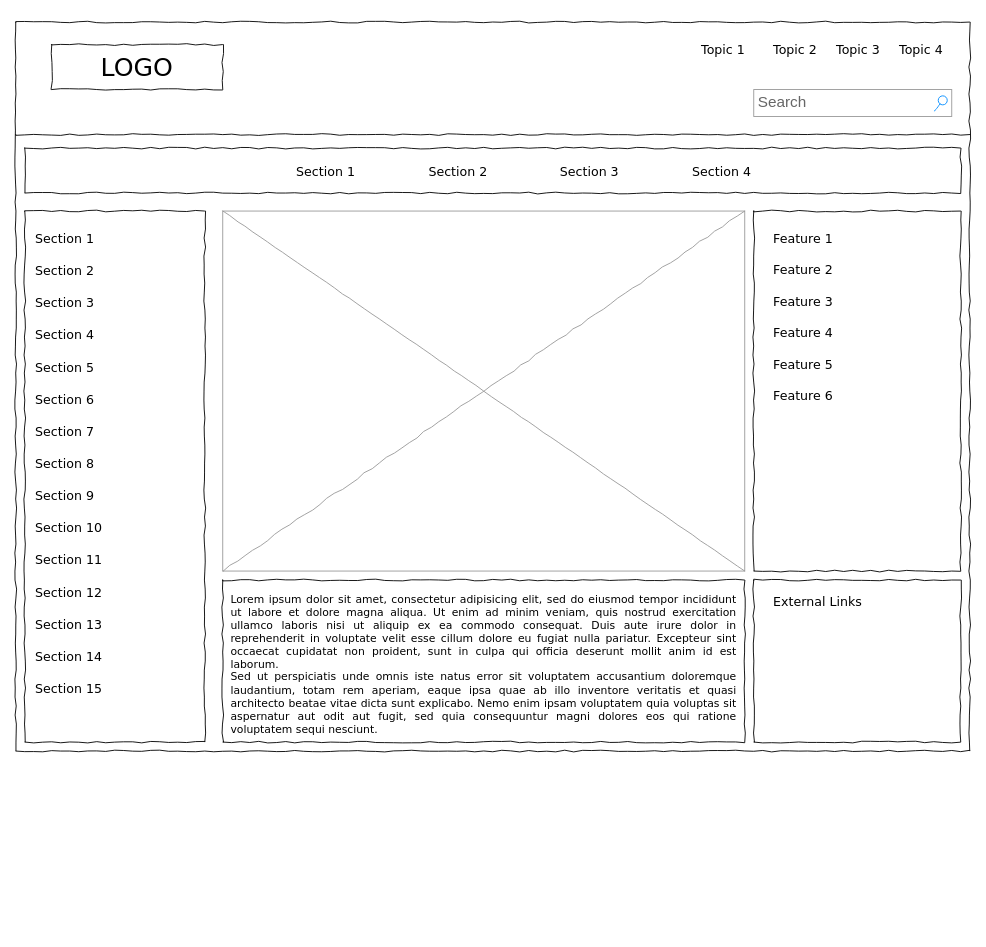
This is Mobile-wireframe.drawio from kicknback/Portfolio, a draw.io file, before an edit. Source tidied: cells renumbered, new cells numbered last; positions are measured from the earlier drawing's top-left corner, leaving out a move shared by most shapes. Both pictures are drawn from the tidied source at 90%, with x=0, y=0 at pixel (15, 22).
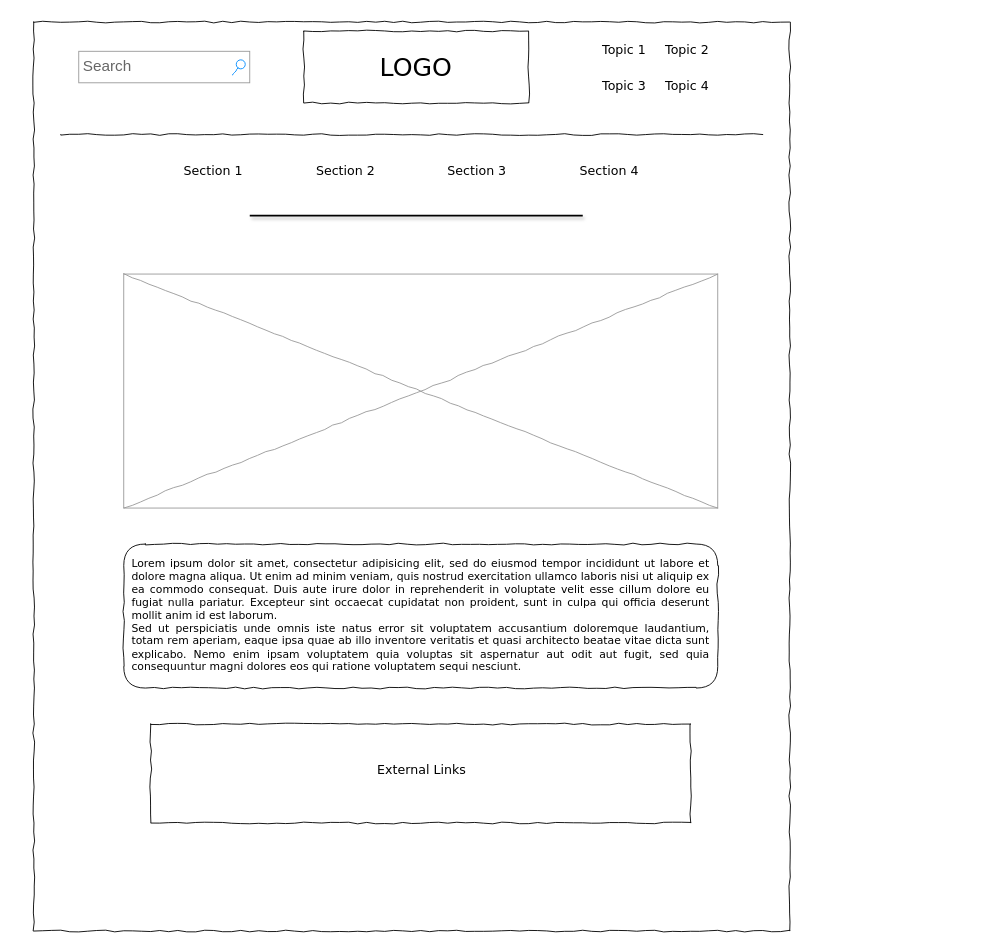
The same diagram, later.

Change to the diagram source:
```diff
@@
+    <mxCell id="42" style="edgeStyle=orthogonalEdgeStyle;rounded=0;orthogonalLoop=1;jettySize=auto;html=1;exitX=0;exitY=0;exitDx=0;exitDy=0;entryX=0;entryY=0;entryDx=0;entryDy=0;" parent="1" edge="1" source="2" target="2">
+      <mxGeometry relative="1" as="geometry" />
+    </mxCell>
     <mxCell id="2" style="whiteSpace=wrap;html=1;rounded=0;shadow=0;labelBackgroundColor=none;strokeColor=#000000;strokeWidth=1;fillColor=none;fontFamily=Verdana;fontSize=12;fontColor=#000000;align=center;comic=1;" parent="1" vertex="1">
-      <mxGeometry width="1060" height="810" as="geometry" />
+      <mxGeometry x="20" width="840" height="1010" as="geometry" />
     </mxCell>
     <mxCell id="3" value="LOGO" style="whiteSpace=wrap;html=1;rounded=0;shadow=0;labelBackgroundColor=none;strokeWidth=1;fontFamily=Verdana;fontSize=28;align=center;comic=1;" parent="1" vertex="1">
-      <mxGeometry x="40" y="25" width="190" height="50" as="geometry" />
+      <mxGeometry x="320" y="10" width="250" height="80" as="geometry" />
     </mxCell>
     <mxCell id="4" value="Search" style="strokeWidth=1;shadow=0;dashed=0;align=center;html=1;shape=mxgraph.mockup.forms.searchBox;strokeColor=#999999;mainText=;strokeColor2=#008cff;fontColor=#666666;fontSize=17;align=left;spacingLeft=3;rounded=0;labelBackgroundColor=none;comic=1;" parent="1" vertex="1">
-      <mxGeometry x="820" y="75" width="220" height="30" as="geometry" />
+      <mxGeometry x="70" y="32.5" width="190" height="35" as="geometry" />
     </mxCell>
     <mxCell id="5" value="Topic 1" style="text;html=1;align=left;verticalAlign=top;spacingTop=-4;fontSize=14;fontFamily=Verdana;" parent="1" vertex="1">
-      <mxGeometry x="760" y="20" width="60" height="20" as="geometry" />
+      <mxGeometry x="650" y="20" width="60" height="20" as="geometry" />
     </mxCell>
     <mxCell id="6" value="Topic 2" style="text;html=1;align=left;verticalAlign=top;spacingTop=-4;fontSize=14;fontFamily=Verdana;" parent="1" vertex="1">
-      <mxGeometry x="840" y="20" width="60" height="20" as="geometry" />
+      <mxGeometry x="720" y="20" width="60" height="20" as="geometry" />
     </mxCell>
     <mxCell id="7" value="Topic 3" style="text;html=1;align=left;verticalAlign=top;spacingTop=-4;fontSize=14;fontFamily=Verdana;" parent="1" vertex="1">
-      <mxGeometry x="910" y="20" width="60" height="20" as="geometry" />
+      <mxGeometry x="650" y="60" width="60" height="20" as="geometry" />
     </mxCell>
     <mxCell id="8" value="Topic 4" style="text;html=1;align=left;verticalAlign=top;spacingTop=-4;fontSize=14;fontFamily=Verdana;" parent="1" vertex="1">
-      <mxGeometry x="980" y="20" width="60" height="20" as="geometry" />
+      <mxGeometry x="720" y="60" width="60" height="20" as="geometry" />
     </mxCell>
-    <mxCell id="9" style="whiteSpace=wrap;html=1;rounded=0;shadow=0;labelBackgroundColor=none;strokeWidth=1;fillColor=none;fontFamily=Verdana;fontSize=12;align=center;comic=1;" parent="1" vertex="1">
-      <mxGeometry x="10" y="210" width="200" height="590" as="geometry" />
-    </mxCell>
     <mxCell id="10" style="line;strokeWidth=1;html=1;rounded=0;shadow=0;labelBackgroundColor=none;fillColor=none;fontFamily=Verdana;fontSize=14;fontColor=#000000;align=center;comic=1;" parent="1" vertex="1">
-      <mxGeometry y="120" width="1060" height="10" as="geometry" />
+      <mxGeometry x="50" y="120" width="780" height="10" as="geometry" />
     </mxCell>
-    <mxCell id="11" style="whiteSpace=wrap;html=1;rounded=0;shadow=0;labelBackgroundColor=none;strokeWidth=1;fillColor=none;fontFamily=Verdana;fontSize=12;align=center;comic=1;" parent="1" vertex="1">
-      <mxGeometry x="10" y="140" width="1040" height="50" as="geometry" />
-    </mxCell>
     <mxCell id="12" value="Section 1" style="text;html=1;align=left;verticalAlign=top;spacingTop=-4;fontSize=14;fontFamily=Verdana;" parent="1" vertex="1">
-      <mxGeometry x="310" y="155" width="60" height="20" as="geometry" />
+      <mxGeometry x="185" y="155" width="60" height="20" as="geometry" />
     </mxCell>
     <mxCell id="13" value="Section 2" style="text;html=1;align=left;verticalAlign=top;spacingTop=-4;fontSize=14;fontFamily=Verdana;" parent="1" vertex="1">
-      <mxGeometry x="457" y="155" width="60" height="20" as="geometry" />
+      <mxGeometry x="332" y="155" width="60" height="20" as="geometry" />
     </mxCell>
     <mxCell id="14" value="Section 3" style="text;html=1;align=left;verticalAlign=top;spacingTop=-4;fontSize=14;fontFamily=Verdana;" parent="1" vertex="1">
-      <mxGeometry x="603" y="155" width="60" height="20" as="geometry" />
+      <mxGeometry x="478" y="155" width="60" height="20" as="geometry" />
     </mxCell>
     <mxCell id="15" value="Section 4" style="text;html=1;align=left;verticalAlign=top;spacingTop=-4;fontSize=14;fontFamily=Verdana;" parent="1" vertex="1">
-      <mxGeometry x="750" y="155" width="60" height="20" as="geometry" />
+      <mxGeometry x="625" y="155" width="60" height="20" as="geometry" />
     </mxCell>
-    <mxCell id="16" value="&lt;div style=&quot;text-align: justify&quot;&gt;&lt;span&gt;Lorem ipsum dolor sit amet, consectetur adipisicing elit, sed do eiusmod tempor incididunt ut labore et dolore magna aliqua. Ut enim ad minim veniam, quis nostrud exercitation ullamco laboris nisi ut aliquip ex ea commodo consequat. Duis aute irure dolor in reprehenderit in voluptate velit esse cillum dolore eu fugiat nulla pariatur. Excepteur sint occaecat cupidatat non proident, sunt in culpa qui officia deserunt mollit anim id est laborum.&lt;/span&gt;&lt;/div&gt;&lt;div style=&quot;text-align: justify&quot;&gt;&lt;span&gt;Sed ut perspiciatis unde omnis iste natus error sit voluptatem accusantium doloremque laudantium, totam rem aperiam, eaque ipsa quae ab illo inventore veritatis et quasi architecto beatae vitae dicta sunt explicabo. Nemo enim ipsam voluptatem quia voluptas sit aspernatur aut odit aut fugit, sed quia consequuntur magni dolores eos qui ratione voluptatem sequi nesciunt.&amp;nbsp;&lt;/span&gt;&lt;/div&gt;" style="whiteSpace=wrap;html=1;rounded=0;shadow=0;labelBackgroundColor=none;strokeWidth=1;fillColor=none;fontFamily=Verdana;fontSize=12;align=center;verticalAlign=top;spacing=10;comic=1;" parent="1" vertex="1">
-      <mxGeometry x="230" y="620" width="580" height="180" as="geometry" />
+    <mxCell id="16" value="&lt;div style=&quot;text-align: justify&quot;&gt;&lt;span&gt;Lorem ipsum dolor sit amet, consectetur adipisicing elit, sed do eiusmod tempor incididunt ut labore et dolore magna aliqua. Ut enim ad minim veniam, quis nostrud exercitation ullamco laboris nisi ut aliquip ex ea commodo consequat. Duis aute irure dolor in reprehenderit in voluptate velit esse cillum dolore eu fugiat nulla pariatur. Excepteur sint occaecat cupidatat non proident, sunt in culpa qui officia deserunt mollit anim id est laborum.&lt;/span&gt;&lt;/div&gt;&lt;div style=&quot;text-align: justify&quot;&gt;&lt;span&gt;Sed ut perspiciatis unde omnis iste natus error sit voluptatem accusantium doloremque laudantium, totam rem aperiam, eaque ipsa quae ab illo inventore veritatis et quasi architecto beatae vitae dicta sunt explicabo. Nemo enim ipsam voluptatem quia voluptas sit aspernatur aut odit aut fugit, sed quia consequuntur magni dolores eos qui ratione voluptatem sequi nesciunt.&amp;nbsp;&lt;/span&gt;&lt;/div&gt;" style="whiteSpace=wrap;html=1;rounded=1;shadow=0;labelBackgroundColor=none;strokeWidth=1;fillColor=none;fontFamily=Verdana;fontSize=12;align=center;verticalAlign=top;spacing=10;comic=1;" parent="1" vertex="1">
+      <mxGeometry x="120" y="580" width="660" height="160" as="geometry" />
     </mxCell>
     <mxCell id="17" style="verticalLabelPosition=bottom;shadow=0;dashed=0;align=center;html=1;verticalAlign=top;strokeWidth=1;shape=mxgraph.mockup.graphics.simpleIcon;strokeColor=#999999;rounded=0;labelBackgroundColor=none;fontFamily=Verdana;fontSize=14;fontColor=#000000;comic=1;" parent="1" vertex="1">
-      <mxGeometry x="230" y="210" width="580" height="400" as="geometry" />
+      <mxGeometry x="120" y="280" width="660" height="260" as="geometry" />
     </mxCell>
-    <mxCell id="18" style="whiteSpace=wrap;html=1;rounded=0;shadow=0;labelBackgroundColor=none;strokeWidth=1;fillColor=none;fontFamily=Verdana;fontSize=12;align=center;comic=1;" parent="1" vertex="1">
-      <mxGeometry x="820" y="210" width="230" height="400" as="geometry" />
-    </mxCell>
     <mxCell id="19" style="whiteSpace=wrap;html=1;rounded=0;shadow=0;labelBackgroundColor=none;strokeWidth=1;fillColor=none;fontFamily=Verdana;fontSize=12;align=center;comic=1;" parent="1" vertex="1">
-      <mxGeometry x="820" y="620" width="230" height="180" as="geometry" />
+      <mxGeometry x="150" y="780" width="600" height="110" as="geometry" />
     </mxCell>
-    <mxCell id="20" value="Section 1" style="text;html=1;align=left;verticalAlign=top;spacingTop=-4;fontSize=14;fontFamily=Verdana;" parent="1" vertex="1">
-      <mxGeometry x="20" y="230" width="170" height="20" as="geometry" />
-    </mxCell>
-    <mxCell id="21" value="Section 2" style="text;html=1;align=left;verticalAlign=top;spacingTop=-4;fontSize=14;fontFamily=Verdana;" parent="1" vertex="1">
-      <mxGeometry x="20" y="266" width="170" height="20" as="geometry" />
-    </mxCell>
-    <mxCell id="22" value="Section 3" style="text;html=1;align=left;verticalAlign=top;spacingTop=-4;fontSize=14;fontFamily=Verdana;" parent="1" vertex="1">
-      <mxGeometry x="20" y="301" width="170" height="20" as="geometry" />
-    </mxCell>
-    <mxCell id="23" value="Section 4" style="text;html=1;align=left;verticalAlign=top;spacingTop=-4;fontSize=14;fontFamily=Verdana;" parent="1" vertex="1">
-      <mxGeometry x="20" y="337" width="170" height="20" as="geometry" />
-    </mxCell>
-    <mxCell id="24" value="Section 7" style="text;html=1;align=left;verticalAlign=top;spacingTop=-4;fontSize=14;fontFamily=Verdana;" parent="1" vertex="1">
-      <mxGeometry x="20" y="444" width="170" height="20" as="geometry" />
-    </mxCell>
-    <mxCell id="25" value="Section 8" style="text;html=1;align=left;verticalAlign=top;spacingTop=-4;fontSize=14;fontFamily=Verdana;" parent="1" vertex="1">
-      <mxGeometry x="20" y="480" width="170" height="20" as="geometry" />
-    </mxCell>
-    <mxCell id="26" value="Section 9" style="text;html=1;align=left;verticalAlign=top;spacingTop=-4;fontSize=14;fontFamily=Verdana;" parent="1" vertex="1">
-      <mxGeometry x="20" y="516" width="170" height="20" as="geometry" />
-    </mxCell>
-    <mxCell id="27" value="Section 10" style="text;html=1;align=left;verticalAlign=top;spacingTop=-4;fontSize=14;fontFamily=Verdana;" parent="1" vertex="1">
-      <mxGeometry x="20" y="551" width="170" height="20" as="geometry" />
-    </mxCell>
-    <mxCell id="28" value="Section 11" style="text;html=1;align=left;verticalAlign=top;spacingTop=-4;fontSize=14;fontFamily=Verdana;" parent="1" vertex="1">
-      <mxGeometry x="20" y="587" width="170" height="20" as="geometry" />
-    </mxCell>
-    <mxCell id="29" value="Section 12" style="text;html=1;align=left;verticalAlign=top;spacingTop=-4;fontSize=14;fontFamily=Verdana;" parent="1" vertex="1">
-      <mxGeometry x="20" y="623" width="170" height="20" as="geometry" />
-    </mxCell>
-    <mxCell id="30" value="Section 13" style="text;html=1;align=left;verticalAlign=top;spacingTop=-4;fontSize=14;fontFamily=Verdana;" parent="1" vertex="1">
-      <mxGeometry x="20" y="659" width="170" height="20" as="geometry" />
-    </mxCell>
-    <mxCell id="31" value="Section 14" style="text;html=1;align=left;verticalAlign=top;spacingTop=-4;fontSize=14;fontFamily=Verdana;" parent="1" vertex="1">
-      <mxGeometry x="20" y="694" width="170" height="20" as="geometry" />
-    </mxCell>
-    <mxCell id="32" value="Section 5" style="text;html=1;align=left;verticalAlign=top;spacingTop=-4;fontSize=14;fontFamily=Verdana;" parent="1" vertex="1">
-      <mxGeometry x="20" y="373" width="170" height="20" as="geometry" />
-    </mxCell>
-    <mxCell id="33" value="Section 6" style="text;html=1;align=left;verticalAlign=top;spacingTop=-4;fontSize=14;fontFamily=Verdana;" parent="1" vertex="1">
-      <mxGeometry x="20" y="409" width="170" height="20" as="geometry" />
-    </mxCell>
-    <mxCell id="34" value="Section 15" style="text;html=1;align=left;verticalAlign=top;spacingTop=-4;fontSize=14;fontFamily=Verdana;" parent="1" vertex="1">
-      <mxGeometry x="20" y="730" width="170" height="20" as="geometry" />
-    </mxCell>
     <mxCell id="35" value="External Links" style="text;html=1;align=left;verticalAlign=top;spacingTop=-4;fontSize=14;fontFamily=Verdana;" parent="1" vertex="1">
-      <mxGeometry x="840" y="633" width="170" height="20" as="geometry" />
+      <mxGeometry x="400" y="820" width="120" height="50" as="geometry" />
     </mxCell>
-    <mxCell id="36" value="Feature 1" style="text;html=1;align=left;verticalAlign=top;spacingTop=-4;fontSize=14;fontFamily=Verdana;" parent="1" vertex="1">
-      <mxGeometry x="840" y="230" width="170" height="20" as="geometry" />
-    </mxCell>
-    <mxCell id="37" value="Feature 2" style="text;html=1;align=left;verticalAlign=top;spacingTop=-4;fontSize=14;fontFamily=Verdana;" parent="1" vertex="1">
-      <mxGeometry x="840" y="265" width="170" height="20" as="geometry" />
-    </mxCell>
-    <mxCell id="38" value="Feature 3" style="text;html=1;align=left;verticalAlign=top;spacingTop=-4;fontSize=14;fontFamily=Verdana;" parent="1" vertex="1">
-      <mxGeometry x="840" y="300" width="170" height="20" as="geometry" />
-    </mxCell>
-    <mxCell id="39" value="Feature 4" style="text;html=1;align=left;verticalAlign=top;spacingTop=-4;fontSize=14;fontFamily=Verdana;" parent="1" vertex="1">
-      <mxGeometry x="840" y="335" width="170" height="20" as="geometry" />
-    </mxCell>
-    <mxCell id="40" value="Feature 5" style="text;html=1;align=left;verticalAlign=top;spacingTop=-4;fontSize=14;fontFamily=Verdana;" parent="1" vertex="1">
-      <mxGeometry x="840" y="370" width="170" height="20" as="geometry" />
-    </mxCell>
-    <mxCell id="41" value="Feature 6" style="text;html=1;align=left;verticalAlign=top;spacingTop=-4;fontSize=14;fontFamily=Verdana;" parent="1" vertex="1">
-      <mxGeometry x="840" y="405" width="170" height="20" as="geometry" />
-    </mxCell>
+    <mxCell id="43" style="line;strokeWidth=2;html=1;rounded=1;shadow=1;glass=0;gradientColor=none;" parent="1" vertex="1">
+      <mxGeometry x="260" y="210" width="370" height="10" as="geometry" />
+    </mxCell>
```
